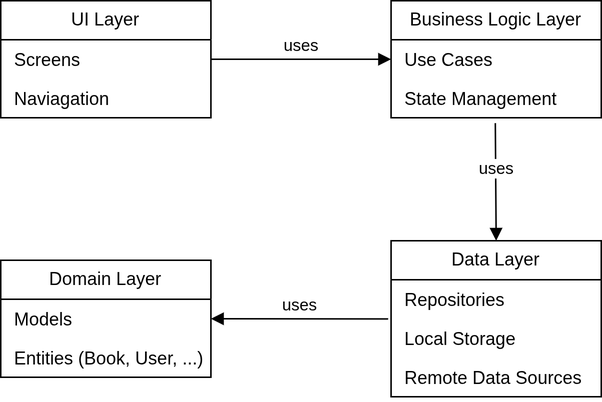
Above: docs/diagrams/Logical-Architecture-UML.drawio.png in jlage24/Leafmark (draw.io), before the change. Source tidied: cells renumbered, new cells last; positions are measured from the earlier drawing's top-left corner, leaving out a move shared by most shapes. Its diagram source:
```xml
<mxGraphModel>
  <root>
    <mxCell id="0" />
    <mxCell id="1" parent="0" />
    <mxCell id="2" value="UI Layer" style="swimlane;fontStyle=0;horizontal=1;startSize=26;fillColor=none;whiteSpace=wrap;html=1;" parent="1" vertex="1">
      <mxGeometry width="140" height="78" as="geometry" />
    </mxCell>
    <mxCell id="3" value="&amp;nbsp;Screens&amp;nbsp;" style="text;strokeColor=none;fillColor=none;align=left;verticalAlign=top;spacingLeft=4;spacingRight=4;overflow=hidden;points=[[0,0.5],[1,0.5]];portConstraint=eastwest;whiteSpace=wrap;html=1;" parent="2" vertex="1">
      <mxGeometry y="26" width="140" height="26" as="geometry" />
    </mxCell>
    <mxCell id="4" value="&amp;nbsp;Naviagation" style="text;strokeColor=none;fillColor=none;align=left;verticalAlign=top;spacingLeft=4;spacingRight=4;overflow=hidden;whiteSpace=wrap;html=1;" parent="2" vertex="1">
      <mxGeometry y="52" width="140" height="26" as="geometry" />
    </mxCell>
    <mxCell id="5" value="Business Logic Layer" style="swimlane;fontStyle=0;horizontal=1;startSize=26;fillColor=none;whiteSpace=wrap;html=1;" parent="1" vertex="1">
      <mxGeometry x="260" width="140" height="78" as="geometry" />
    </mxCell>
    <mxCell id="6" value="&amp;nbsp;Use Cases" style="text;strokeColor=none;fillColor=none;align=left;verticalAlign=top;spacingLeft=4;spacingRight=4;overflow=hidden;points=[[0,0.5],[1,0.5]];portConstraint=eastwest;whiteSpace=wrap;html=1;" parent="5" vertex="1">
      <mxGeometry y="26" width="140" height="26" as="geometry" />
    </mxCell>
    <mxCell id="7" value="&amp;nbsp;State Management" style="text;strokeColor=none;fillColor=none;align=left;verticalAlign=top;spacingLeft=4;spacingRight=4;overflow=hidden;points=[[0,0.5],[1,0.5]];portConstraint=eastwest;whiteSpace=wrap;html=1;" parent="5" vertex="1">
      <mxGeometry y="52" width="140" height="26" as="geometry" />
    </mxCell>
    <mxCell id="8" value="Data Layer" style="swimlane;fontStyle=0;horizontal=1;startSize=26;fillColor=none;whiteSpace=wrap;html=1;" parent="1" vertex="1">
      <mxGeometry x="260" y="160" width="140" height="104" as="geometry" />
    </mxCell>
    <mxCell id="9" value="&amp;nbsp;Repositories" style="text;strokeColor=none;fillColor=none;align=left;verticalAlign=top;spacingLeft=4;spacingRight=4;overflow=hidden;points=[[0,0.5],[1,0.5]];portConstraint=eastwest;whiteSpace=wrap;html=1;" parent="8" vertex="1">
      <mxGeometry y="26" width="140" height="26" as="geometry" />
    </mxCell>
    <mxCell id="10" value="&amp;nbsp;Local Storage" style="text;strokeColor=none;fillColor=none;align=left;verticalAlign=top;spacingLeft=4;spacingRight=4;overflow=hidden;whiteSpace=wrap;html=1;" parent="8" vertex="1">
      <mxGeometry y="52" width="140" height="26" as="geometry" />
    </mxCell>
    <mxCell id="11" value="&amp;nbsp;Remote Data Sources" style="text;strokeColor=none;fillColor=none;align=left;verticalAlign=top;spacingLeft=4;spacingRight=4;overflow=hidden;whiteSpace=wrap;html=1;" parent="8" vertex="1">
      <mxGeometry y="78" width="140" height="26" as="geometry" />
    </mxCell>
    <mxCell id="12" value="Domain Layer" style="swimlane;fontStyle=0;horizontal=1;startSize=26;fillColor=none;whiteSpace=wrap;html=1;" parent="1" vertex="1">
      <mxGeometry y="173" width="140" height="78" as="geometry" />
    </mxCell>
    <mxCell id="13" value="&amp;nbsp;Models" style="text;strokeColor=none;fillColor=none;align=left;verticalAlign=top;spacingLeft=4;spacingRight=4;overflow=hidden;points=[[0,0.5],[1,0.5]];portConstraint=eastwest;whiteSpace=wrap;html=1;" parent="12" vertex="1">
      <mxGeometry y="26" width="140" height="26" as="geometry" />
    </mxCell>
    <mxCell id="14" value="&amp;nbsp;Entities (Book, User, ...)" style="text;strokeColor=none;fillColor=none;align=left;verticalAlign=top;spacingLeft=4;spacingRight=4;overflow=hidden;whiteSpace=wrap;html=1;" parent="12" vertex="1">
      <mxGeometry y="52" width="140" height="26" as="geometry" />
    </mxCell>
    <mxCell id="15" value="uses" style="html=1;verticalAlign=bottom;endArrow=block;curved=0;rounded=0;entryX=0;entryY=0.5;entryDx=0;entryDy=0;exitX=1;exitY=0.5;exitDx=0;exitDy=0;" parent="1" edge="1" source="3" target="6">
      <mxGeometry relative="1" as="geometry" />
    </mxCell>
    <mxCell id="16" value="uses" style="html=1;verticalAlign=bottom;endArrow=block;curved=0;rounded=0;entryX=1;entryY=0.5;entryDx=0;entryDy=0;exitX=-0.014;exitY=1.005;exitDx=0;exitDy=0;exitPerimeter=0;" parent="1" edge="1" source="9" target="13">
      <mxGeometry relative="1" as="geometry" />
    </mxCell>
    <mxCell id="17" value="uses" style="html=1;verticalAlign=bottom;endArrow=block;curved=0;rounded=0;entryX=0.5;entryY=0;entryDx=0;entryDy=0;exitX=0.496;exitY=1.138;exitDx=0;exitDy=0;exitPerimeter=0;" parent="1" edge="1" source="7" target="8">
      <mxGeometry relative="1" as="geometry" />
    </mxCell>
  </root>
</mxGraphModel>
```
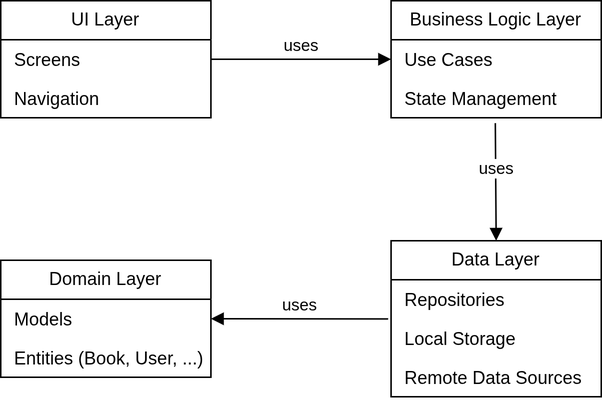
Later version of the same file.

Commit message:
Fix Physical Architecture: HTTP arrow from Mobile App to Google Books API and grammar error in Logical Architecture

Diff of the diagram source:
```diff
@@ -8,7 +8,7 @@
     <mxCell id="3" value="&amp;nbsp;Screens&amp;nbsp;" style="text;strokeColor=none;fillColor=none;align=left;verticalAlign=top;spacingLeft=4;spacingRight=4;overflow=hidden;points=[[0,0.5],[1,0.5]];portConstraint=eastwest;whiteSpace=wrap;html=1;" parent="2" vertex="1">
       <mxGeometry y="26" width="140" height="26" as="geometry" />
     </mxCell>
-    <mxCell id="4" value="&amp;nbsp;Naviagation" style="text;strokeColor=none;fillColor=none;align=left;verticalAlign=top;spacingLeft=4;spacingRight=4;overflow=hidden;whiteSpace=wrap;html=1;" parent="2" vertex="1">
+    <mxCell id="4" value="&amp;nbsp;Navigation" style="text;strokeColor=none;fillColor=none;align=left;verticalAlign=top;spacingLeft=4;spacingRight=4;overflow=hidden;whiteSpace=wrap;html=1;" parent="2" vertex="1">
       <mxGeometry y="52" width="140" height="26" as="geometry" />
     </mxCell>
     <mxCell id="5" value="Business Logic Layer" style="swimlane;fontStyle=0;horizontal=1;startSize=26;fillColor=none;whiteSpace=wrap;html=1;" parent="1" vertex="1">
```
